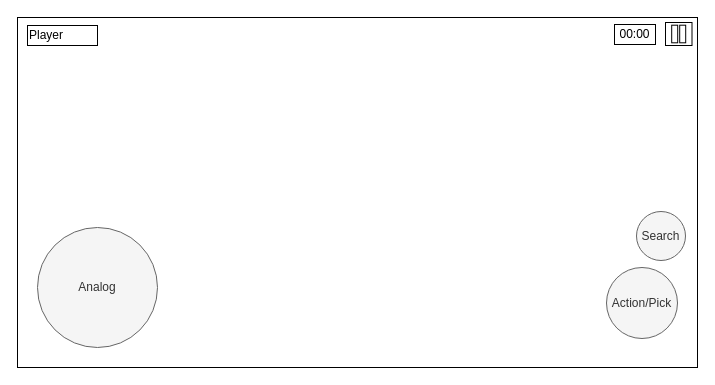
Before: page "InGameUI" (7 of 16) of docs/Quest.drawio in rif746/AlgosQuest, a draw.io diagram. Source tidied: cells renumbered, new cells numbered last; positions are measured from the earlier drawing's top-left corner, leaving out a move shared by most shapes. Both pictures are drawn from the tidied source at 100%, with x=0, y=0 at pixel (17, 17).
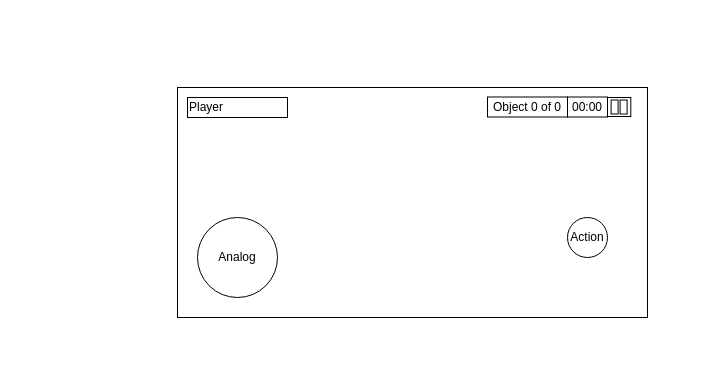
Above is the later version.

Change to the diagram source:
```diff
@@
 <mxGraphModel>
   <root>
     <mxCell id="0" />
     <mxCell id="1" parent="0" />
-    <mxCell id="2" style="rounded=0;whiteSpace=wrap;html=1;" parent="1" vertex="1">
-      <mxGeometry width="680" height="350" as="geometry" />
-    </mxCell>
+    <mxCell id="13" style="rounded=0;whiteSpace=wrap;html=1;" parent="1" vertex="1">
+      <mxGeometry x="160" y="70" width="470" height="230" as="geometry" />
+    </mxCell>
     <mxCell id="3" value="Player" style="rounded=0;whiteSpace=wrap;html=1;align=left;" parent="1" vertex="1">
-      <mxGeometry x="10" y="8" width="70" height="20" as="geometry" />
+      <mxGeometry x="170" y="80" width="100" height="20" as="geometry" />
     </mxCell>
+    <mxCell id="14" style="group;" parent="1" vertex="1">
+      <mxGeometry x="589.9" y="80" width="23.4" height="19" as="geometry" />
+    </mxCell>
+    <mxCell id="15" style="rounded=0;whiteSpace=wrap;html=1;align=left;" parent="14" vertex="1">
+      <mxGeometry width="23.4" height="19" as="geometry" />
+    </mxCell>
+    <mxCell id="16" style="group;" parent="14" vertex="1">
+      <mxGeometry x="3.7" y="2.5" width="16" height="14" as="geometry" />
+    </mxCell>
+    <mxCell id="17" style="rounded=0;whiteSpace=wrap;html=1;align=left;" parent="16" vertex="1">
+      <mxGeometry width="7" height="14" as="geometry" />
+    </mxCell>
+    <mxCell id="18" style="rounded=0;whiteSpace=wrap;html=1;align=left;" parent="16" vertex="1">
+      <mxGeometry x="9" width="7" height="14" as="geometry" />
+    </mxCell>
+    <mxCell id="19" value="Object 0 of 0" style="rounded=0;whiteSpace=wrap;html=1;align=center;" parent="1" vertex="1">
+      <mxGeometry x="470" y="79.5" width="80" height="20" as="geometry" />
+    </mxCell>
+    <mxCell id="6" value="00:00" style="rounded=0;whiteSpace=wrap;html=1;align=center;" parent="1" vertex="1">
+      <mxGeometry x="550" y="79.5" width="40" height="20" as="geometry" />
+    </mxCell>
-    <mxCell id="4" value="Analog" style="ellipse;whiteSpace=wrap;html=1;fillColor=#f5f5f5;fontColor=#333333;strokeColor=#666666;" parent="1" vertex="1">
-      <mxGeometry x="20" y="210" width="120" height="120" as="geometry" />
+    <mxCell id="4" value="Analog" style="ellipse;whiteSpace=wrap;html=1;" parent="1" vertex="1">
+      <mxGeometry x="180" y="200" width="80" height="80" as="geometry" />
     </mxCell>
-    <mxCell id="5" value="Action/Pick" style="ellipse;whiteSpace=wrap;html=1;fillColor=#f5f5f5;fontColor=#333333;strokeColor=#666666;" parent="1" vertex="1">
-      <mxGeometry x="589" y="250" width="71" height="71" as="geometry" />
-    </mxCell>
-    <mxCell id="6" value="00:00" style="rounded=0;whiteSpace=wrap;html=1;align=center;" parent="1" vertex="1">
-      <mxGeometry x="597" y="7" width="41" height="20" as="geometry" />
-    </mxCell>
-    <mxCell id="7" style="group;" parent="1" vertex="1">
-      <mxGeometry x="648" y="5" width="26.5" height="23" as="geometry" />
-    </mxCell>
-    <mxCell id="8" style="rounded=0;whiteSpace=wrap;html=1;align=left;" parent="7" vertex="1">
-      <mxGeometry width="26.5" height="23" as="geometry" />
-    </mxCell>
-    <mxCell id="9" style="group;" parent="7" vertex="1">
-      <mxGeometry x="6.2" y="2.7" width="14" height="17.6" as="geometry" />
-    </mxCell>
-    <mxCell id="10" style="rounded=0;whiteSpace=wrap;html=1;align=left;" parent="9" vertex="1">
-      <mxGeometry width="6" height="17.6" as="geometry" />
-    </mxCell>
-    <mxCell id="11" style="rounded=0;whiteSpace=wrap;html=1;align=left;" parent="9" vertex="1">
-      <mxGeometry x="8" width="6" height="17.6" as="geometry" />
-    </mxCell>
-    <mxCell id="12" value="Search" style="ellipse;whiteSpace=wrap;html=1;fillColor=#f5f5f5;fontColor=#333333;strokeColor=#666666;" parent="1" vertex="1">
-      <mxGeometry x="619" y="194" width="49" height="49" as="geometry" />
-    </mxCell>
+    <mxCell id="20" value="Action" style="ellipse;whiteSpace=wrap;html=1;" parent="1" vertex="1">
+      <mxGeometry x="550" y="200" width="40" height="40" as="geometry" />
+    </mxCell>
   </root>
 </mxGraphModel>
```
